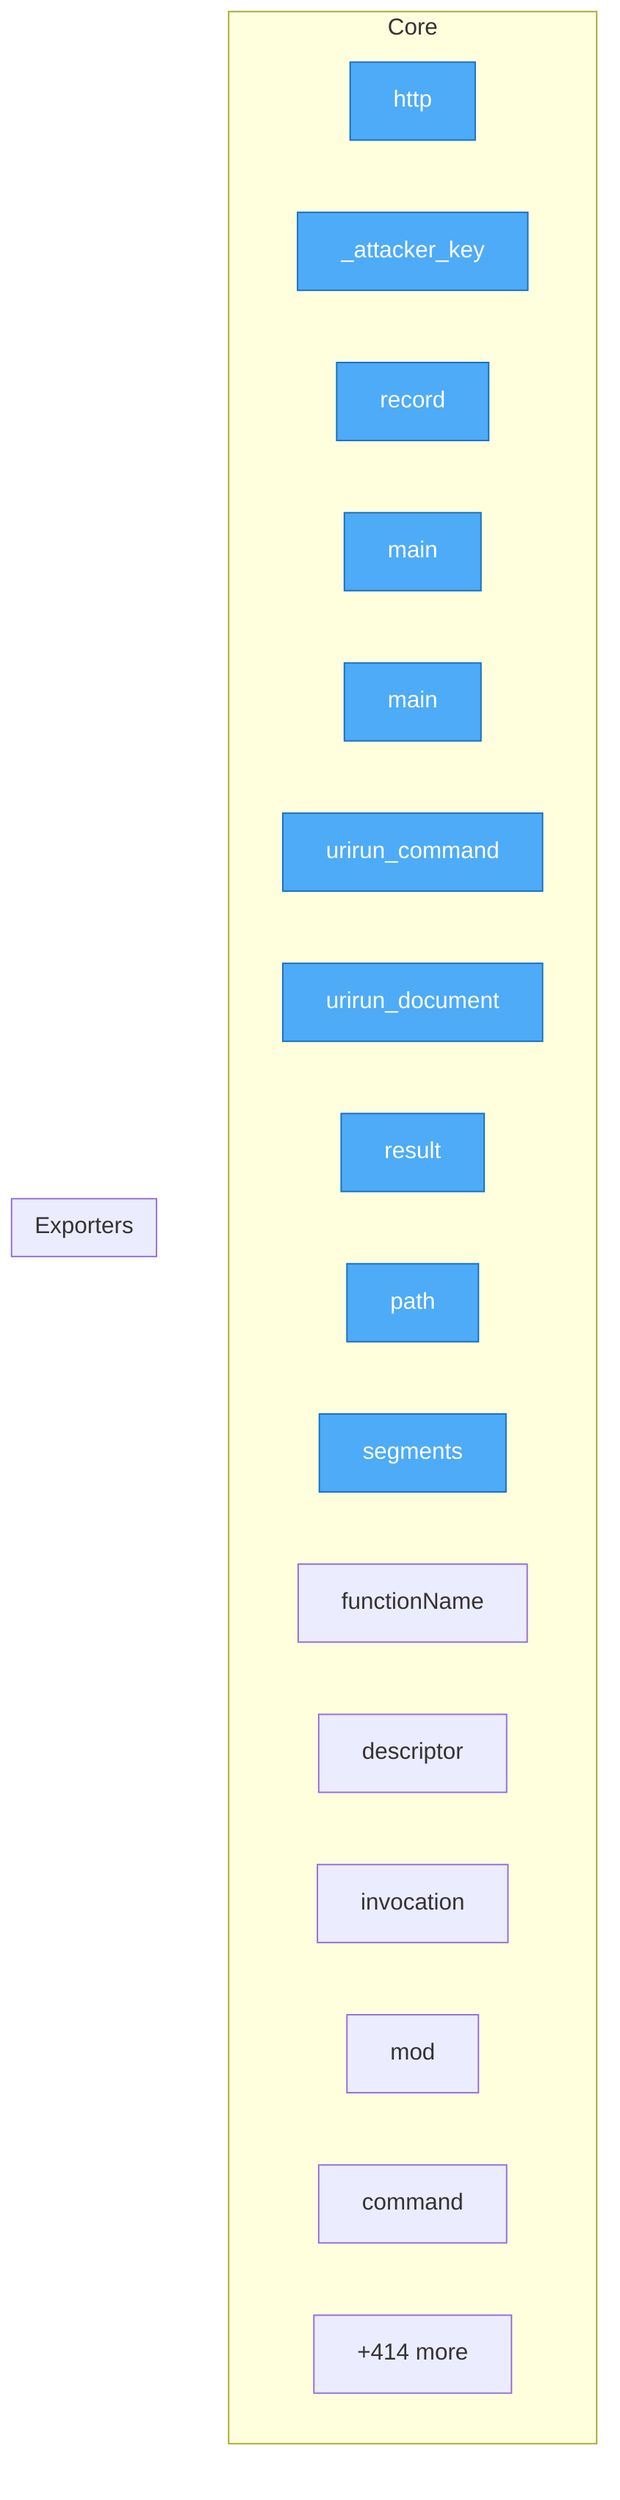
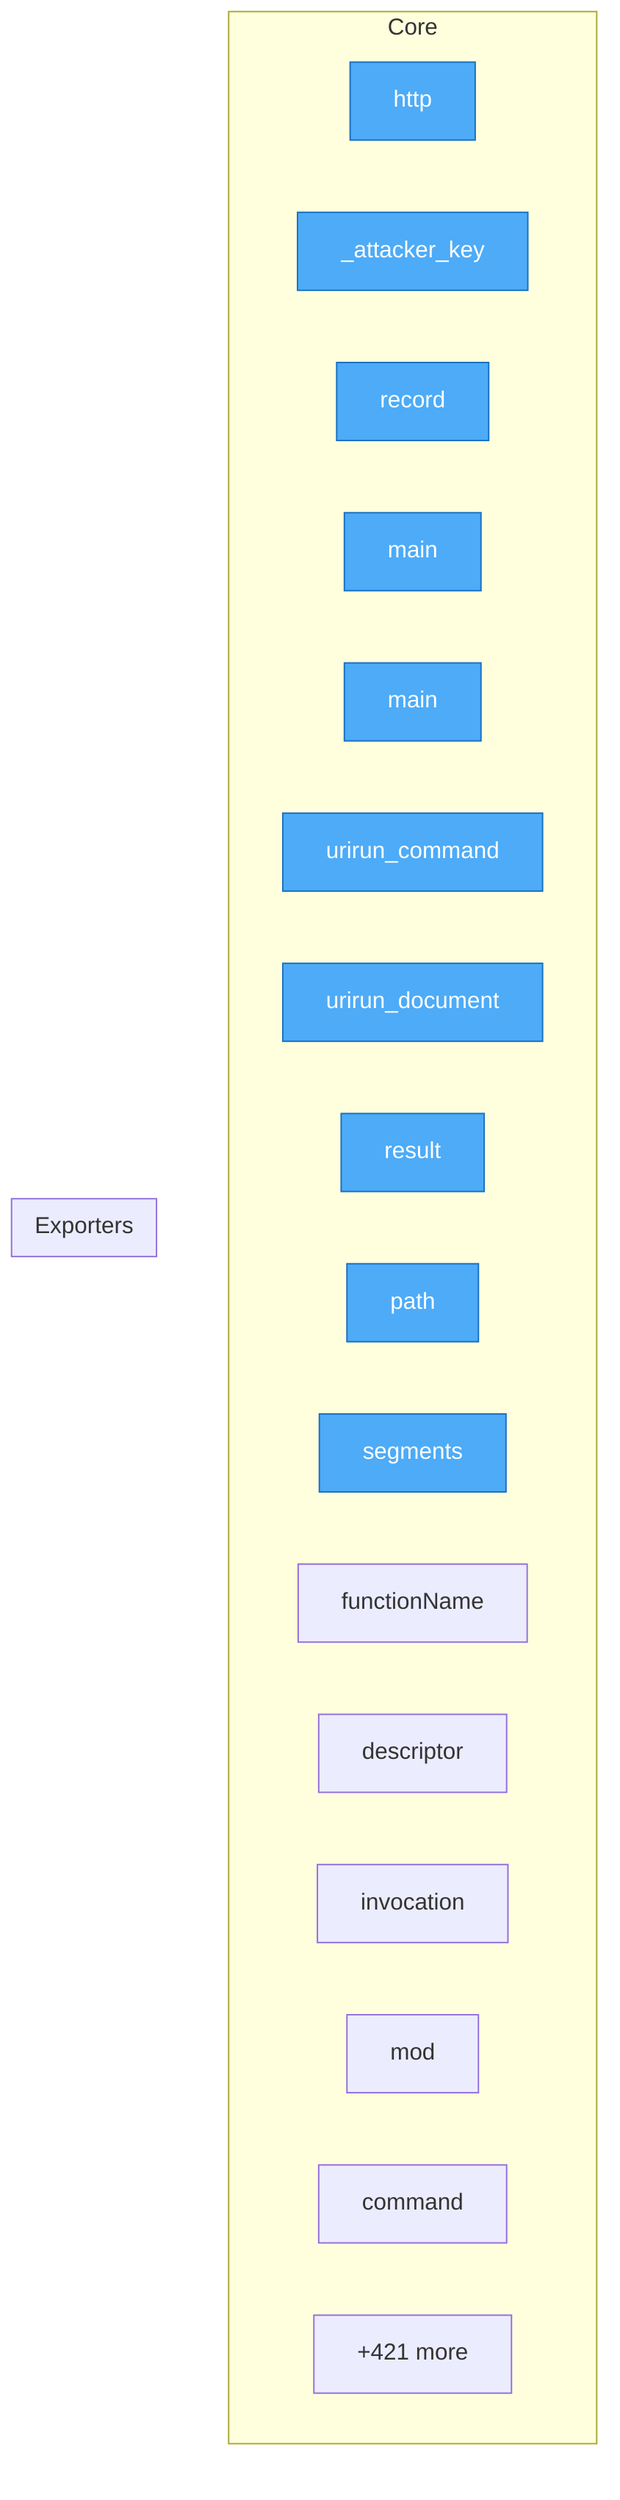
flowchart TD
%% generated in 0.02s

    %% Entry points (blue)
    classDef entry fill:#4dabf7,stroke:#1971c2,color:#fff

    subgraph Core
        security__mesh_probe__probe__http["http"]
        security__mesh_probe__probe___attacker_key["_attacker_key"]
        security__mesh_probe__probe__record["record"]
        adapters__conformance__main["main"]
        adapters__new_connector__main["main"]
        adapters__bash__urirun__urirun_command["urirun_command"]
        adapters__bash__urirun__urirun_document["urirun_document"]
        adapters__js__index__test__result["result"]
        adapters__js__path["path"]
        adapters__js__segments["segments"]
        adapters__js__functionName["functionName"]
        adapters__js__descriptor["descriptor"]
        adapters__js__invocation["invocation"]
        adapters__js__mod["mod"]
        adapters__java__Urirun__Urirun__command["command"]
-         ...["+414 more"]
+         ...["+421 more"]
    end

    subgraph Exporters
    end

    class security__mesh_probe__probe__http,security__mesh_probe__probe___attacker_key,security__mesh_probe__probe__record,adapters__conformance__main,adapters__new_connector__main,adapters__bash__urirun__urirun_command,adapters__bash__urirun__urirun_document,adapters__js__index__test__result,adapters__js__path,adapters__js__segments entry
